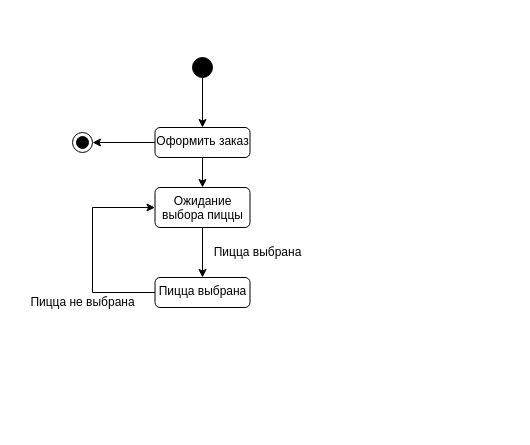
Above: ДиаграммаАвтомата.drawio in hard-gainer/UML (draw.io), before the change. Source tidied: cells renumbered, new cells numbered last; positions are measured from the earlier drawing's top-left corner, leaving out a move shared by most shapes. Both pictures are drawn from the tidied source at 100%, with x=0, y=0 at pixel (17, 57).
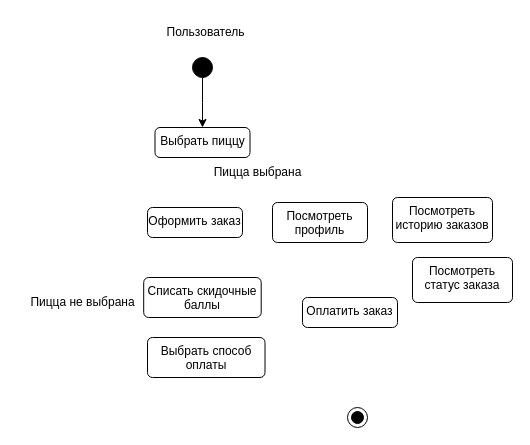
Above is the later version.

Diff of the diagram source:
```diff
@@
 <mxGraphModel>
   <root>
     <mxCell id="0" />
     <mxCell id="1" parent="0" />
-    <mxCell id="2" style="edgeStyle=orthogonalEdgeStyle;rounded=0;jettySize=auto;html=1;entryX=0.5;entryY=0;entryDx=0;entryDy=0;" parent="1" edge="1" source="3" target="7">
-      <mxGeometry relative="1" as="geometry" />
+    <mxCell id="2" style="edgeStyle=orthogonalEdgeStyle;rounded=0;jettySize=auto;html=1;entryX=0.5;entryY=0;entryDx=0;entryDy=0;" parent="1" edge="1" source="3">
+      <mxGeometry relative="1" as="geometry">
+        <mxPoint x="185" y="70" as="targetPoint" />
+      </mxGeometry>
     </mxCell>
     <mxCell id="3" style="ellipse;fillColor=strokeColor;html=1;" parent="1" vertex="1">
       <mxGeometry x="175" width="20" height="20" as="geometry" />
     </mxCell>
     <mxCell id="4" style="ellipse;html=1;shape=endState;fillColor=strokeColor;" parent="1" vertex="1">
-      <mxGeometry x="55" y="75" width="20" height="20" as="geometry" />
+      <mxGeometry x="330" y="350" width="20" height="20" as="geometry" />
     </mxCell>
-    <mxCell id="5" style="edgeStyle=orthogonalEdgeStyle;rounded=0;jettySize=auto;html=1;exitX=0;exitY=0.5;exitDx=0;exitDy=0;entryX=1;entryY=0.5;entryDx=0;entryDy=0;" parent="1" edge="1" source="7" target="4">
-      <mxGeometry relative="1" as="geometry" />
-    </mxCell>
-    <mxCell id="6" style="edgeStyle=orthogonalEdgeStyle;rounded=0;jettySize=auto;html=1;" parent="1" edge="1" source="7" target="9">
-      <mxGeometry relative="1" as="geometry" />
-    </mxCell>
-    <mxCell id="7" value="Оформить заказ" style="html=1;align=center;verticalAlign=top;rounded=1;absoluteArcSize=1;arcSize=10;dashed=0;whiteSpace=wrap;" parent="1" vertex="1">
-      <mxGeometry x="137.5" y="70" width="95" height="30" as="geometry" />
-    </mxCell>
-    <mxCell id="8" style="edgeStyle=orthogonalEdgeStyle;rounded=0;jettySize=auto;html=1;exitX=0.5;exitY=1;exitDx=0;exitDy=0;entryX=0.5;entryY=0;entryDx=0;entryDy=0;" parent="1" edge="1" source="9" target="11">
-      <mxGeometry relative="1" as="geometry" />
-    </mxCell>
-    <mxCell id="9" value="Ожидание выбора пиццы" style="html=1;align=center;verticalAlign=top;rounded=1;absoluteArcSize=1;arcSize=10;dashed=0;whiteSpace=wrap;" parent="1" vertex="1">
-      <mxGeometry x="137.5" y="130" width="95" height="40" as="geometry" />
+    <mxCell id="9" value="Оплатить заказ" style="html=1;align=center;verticalAlign=top;rounded=1;absoluteArcSize=1;arcSize=10;dashed=0;whiteSpace=wrap;" parent="1" vertex="1">
+      <mxGeometry x="285" y="240" width="95" height="30" as="geometry" />
     </mxCell>
-    <mxCell id="10" style="edgeStyle=orthogonalEdgeStyle;rounded=0;jettySize=auto;html=1;exitX=0;exitY=0.5;exitDx=0;exitDy=0;entryX=0;entryY=0.5;entryDx=0;entryDy=0;" parent="1" edge="1" source="11" target="9">
-      <mxGeometry relative="1" as="geometry">
-        <Array as="points">
-          <mxPoint x="75" y="235" />
-          <mxPoint x="75" y="150" />
-        </Array>
-      </mxGeometry>
-    </mxCell>
-    <mxCell id="11" value="Пицца выбрана" style="html=1;align=center;verticalAlign=top;rounded=1;absoluteArcSize=1;arcSize=10;dashed=0;whiteSpace=wrap;" parent="1" vertex="1">
-      <mxGeometry x="137.5" y="220" width="95" height="30" as="geometry" />
-    </mxCell>
     <mxCell id="12" value="Пицца выбрана" style="text;html=1;align=center;verticalAlign=middle;strokeColor=none;fillColor=none;" parent="1" vertex="1">
-      <mxGeometry x="185" y="180" width="110" height="30" as="geometry" />
+      <mxGeometry x="185" y="100" width="110" height="30" as="geometry" />
     </mxCell>
     <mxCell id="13" value="Пицца не выбрана" style="text;html=1;align=center;verticalAlign=middle;strokeColor=none;fillColor=none;" parent="1" vertex="1">
       <mxGeometry y="230" width="130" height="30" as="geometry" />
     </mxCell>
+    <mxCell id="14" value="Выбрать пиццу" style="html=1;align=center;verticalAlign=top;rounded=1;absoluteArcSize=1;arcSize=10;dashed=0;whiteSpace=wrap;" parent="1" vertex="1">
+      <mxGeometry x="137.5" y="70" width="95" height="30" as="geometry" />
+    </mxCell>
+    <mxCell id="15" value="Списать скидочные баллы" style="html=1;align=center;verticalAlign=top;rounded=1;absoluteArcSize=1;arcSize=10;dashed=0;whiteSpace=wrap;" parent="1" vertex="1">
+      <mxGeometry x="126.2" y="220" width="117.5" height="40" as="geometry" />
+    </mxCell>
+    <mxCell id="16" value="Выбрать способ оплаты" style="html=1;align=center;verticalAlign=top;rounded=1;absoluteArcSize=1;arcSize=10;dashed=0;whiteSpace=wrap;" parent="1" vertex="1">
+      <mxGeometry x="130" y="280" width="117.5" height="40" as="geometry" />
+    </mxCell>
+    <mxCell id="7" value="Оформить заказ" style="html=1;align=center;verticalAlign=top;rounded=1;absoluteArcSize=1;arcSize=10;dashed=0;whiteSpace=wrap;" parent="1" vertex="1">
+      <mxGeometry x="130" y="150" width="95" height="30" as="geometry" />
+    </mxCell>
+    <mxCell id="17" value="Посмотреть профиль" style="html=1;align=center;verticalAlign=top;rounded=1;absoluteArcSize=1;arcSize=10;dashed=0;whiteSpace=wrap;" parent="1" vertex="1">
+      <mxGeometry x="255" y="145" width="95" height="40" as="geometry" />
+    </mxCell>
+    <mxCell id="18" value="Посмотреть историю заказов" style="html=1;align=center;verticalAlign=top;rounded=1;absoluteArcSize=1;arcSize=10;dashed=0;whiteSpace=wrap;" parent="1" vertex="1">
+      <mxGeometry x="375" y="140" width="100" height="45" as="geometry" />
+    </mxCell>
+    <mxCell id="19" value="Посмотреть статус заказа" style="html=1;align=center;verticalAlign=top;rounded=1;absoluteArcSize=1;arcSize=10;dashed=0;whiteSpace=wrap;" parent="1" vertex="1">
+      <mxGeometry x="395" y="200" width="100" height="45" as="geometry" />
+    </mxCell>
+    <mxCell id="20" value="Пользователь" style="text;html=1;align=center;verticalAlign=middle;strokeColor=none;fillColor=none;" parent="1" vertex="1">
+      <mxGeometry x="137.5" y="-40" width="100" height="30" as="geometry" />
+    </mxCell>
   </root>
 </mxGraphModel>
```
